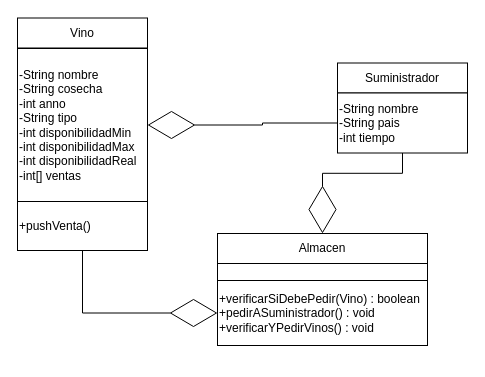
Before: temaUnoEjercicioDos/Ejercicio2.drawio in 20170945/ST-ISC-212, a draw.io diagram. Source tidied: cells renumbered, new cells numbered last; positions are measured from the earlier drawing's top-left corner, leaving out a move shared by most shapes. Both pictures are drawn from the tidied source at 100%, with x=0, y=0 at pixel (17, 18).
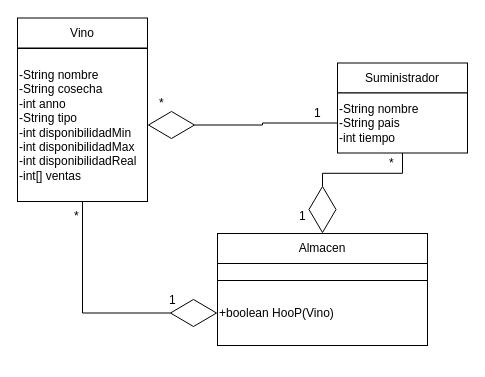
The same page after the edit.

Commit message (it also covers changes not shown here):
Un ejercicio hecho con el profesor Alonso.

Diff of the diagram source:
```diff
@@
 <mxGraphModel>
   <root>
     <mxCell id="0" />
     <mxCell id="1" parent="0" />
     <mxCell id="2" value="Vino" style="rounded=0;whiteSpace=wrap;html=1;" parent="1" vertex="1">
       <mxGeometry y="-0.5" width="130" height="30" as="geometry" />
     </mxCell>
-    <mxCell id="3" style="edgeStyle=orthogonalEdgeStyle;rounded=0;jettySize=auto;html=1;exitX=0.5;exitY=1;exitDx=0;exitDy=0;entryX=0;entryY=0.5;entryDx=0;entryDy=0;endArrow=diamondThin;endFill=0;endSize=45;strokeColor=#000000;" parent="1" edge="1" source="11" target="12">
+    <mxCell id="3" style="edgeStyle=orthogonalEdgeStyle;rounded=0;jettySize=auto;html=1;exitX=0.5;exitY=1;exitDx=0;exitDy=0;entryX=0;entryY=0.5;entryDx=0;entryDy=0;endArrow=diamondThin;endFill=0;endSize=45;strokeColor=#000000;" parent="1" edge="1" source="4" target="12">
       <mxGeometry relative="1" as="geometry" />
     </mxCell>
     <mxCell id="4" value="-String nombre&lt;br&gt;-String cosecha&lt;br&gt;-int anno&lt;br&gt;-String tipo&lt;br&gt;-int disponibilidadMin&lt;br&gt;-int disponibilidadMax&lt;br&gt;-int disponibilidadReal&lt;br&gt;-int[] ventas" style="rounded=0;whiteSpace=wrap;html=1;align=left;" parent="1" vertex="1">
       <mxGeometry y="30" width="130" height="153" as="geometry" />
     </mxCell>
     <mxCell id="5" value="Suministrador" style="rounded=0;whiteSpace=wrap;html=1;" parent="1" vertex="1">
       <mxGeometry x="320" y="44.5" width="130" height="30" as="geometry" />
     </mxCell>
     <mxCell id="6" style="edgeStyle=orthogonalEdgeStyle;rounded=0;jettySize=auto;html=1;exitX=0.5;exitY=1;exitDx=0;exitDy=0;entryX=0.5;entryY=0;entryDx=0;entryDy=0;endArrow=diamondThin;endFill=0;endSize=45;strokeColor=#000000;" parent="1" edge="1" source="8" target="9">
       <mxGeometry relative="1" as="geometry" />
     </mxCell>
     <mxCell id="7" style="edgeStyle=orthogonalEdgeStyle;rounded=0;jettySize=auto;html=1;exitX=0;exitY=0.5;exitDx=0;exitDy=0;entryX=1;entryY=0.5;entryDx=0;entryDy=0;endArrow=diamondThin;endFill=0;endSize=45;" parent="1" edge="1" source="8" target="4">
       <mxGeometry relative="1" as="geometry" />
     </mxCell>
     <mxCell id="8" value="-String nombre&lt;br&gt;-String pais&lt;br&gt;-int tiempo" style="rounded=0;whiteSpace=wrap;html=1;align=left;" parent="1" vertex="1">
       <mxGeometry x="320" y="74.5" width="130" height="60" as="geometry" />
     </mxCell>
     <mxCell id="9" value="Almacen" style="rounded=0;whiteSpace=wrap;html=1;" parent="1" vertex="1">
       <mxGeometry x="200" y="215" width="210" height="30" as="geometry" />
     </mxCell>
     <mxCell id="10" style="rounded=0;whiteSpace=wrap;html=1;align=left;" parent="1" vertex="1">
       <mxGeometry x="200" y="245" width="210" height="17" as="geometry" />
     </mxCell>
-    <mxCell id="11" value="+pushVenta()" style="rounded=0;whiteSpace=wrap;html=1;align=left;" parent="1" vertex="1">
-      <mxGeometry y="183" width="130" height="49" as="geometry" />
-    </mxCell>
-    <mxCell id="12" value="+verificarSiDebePedir(Vino) : boolean&lt;br&gt;+pedirASuministrador() : void&lt;br&gt;+verificarYPedirVinos() : void" style="rounded=0;whiteSpace=wrap;html=1;align=left;" parent="1" vertex="1">
+    <mxCell id="12" value="+boolean HooP(Vino)" style="rounded=0;whiteSpace=wrap;html=1;align=left;" parent="1" vertex="1">
       <mxGeometry x="200" y="262" width="210" height="65" as="geometry" />
     </mxCell>
+    <mxCell id="13" value="1&lt;br&gt;" style="text;html=1;align=left;verticalAlign=top;spacingTop=-4;" parent="1" vertex="1">
+      <mxGeometry x="280" y="187.5" width="20" height="20" as="geometry" />
+    </mxCell>
+    <mxCell id="14" value="1&lt;br&gt;" style="text;html=1;align=left;verticalAlign=top;spacingTop=-4;" parent="1" vertex="1">
+      <mxGeometry x="150" y="272" width="20" height="20" as="geometry" />
+    </mxCell>
+    <mxCell id="15" value="*&lt;br&gt;" style="text;html=1;align=left;verticalAlign=top;spacingTop=-4;" parent="1" vertex="1">
+      <mxGeometry x="370" y="135" width="20" height="20" as="geometry" />
+    </mxCell>
+    <mxCell id="16" value="*" style="text;html=1;align=left;verticalAlign=top;spacingTop=-4;" parent="1" vertex="1">
+      <mxGeometry x="55" y="187.5" width="20" height="20" as="geometry" />
+    </mxCell>
+    <mxCell id="17" value="1" style="text;html=1;align=left;verticalAlign=top;spacingTop=-4;" parent="1" vertex="1">
+      <mxGeometry x="295" y="84.5" width="20" height="20" as="geometry" />
+    </mxCell>
+    <mxCell id="18" value="*" style="text;html=1;align=left;verticalAlign=top;spacingTop=-4;" parent="1" vertex="1">
+      <mxGeometry x="140" y="74.5" width="20" height="20" as="geometry" />
+    </mxCell>
   </root>
 </mxGraphModel>
```
